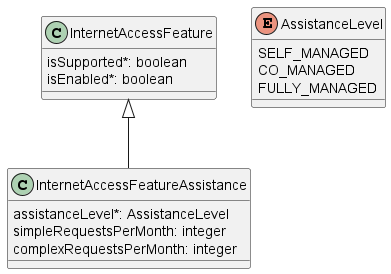
Earlier version of the PlantUML export documentation/productSchema/ip/internetAccess/MEF 139.1 resources/media/04Assistance.png (MEF-GIT/MEF-LSO-Sonata-SDK). The source it was exported from:
```plantuml
@startuml



class InternetAccessFeature {

    isSupported*: boolean
    isEnabled*: boolean
}


class InternetAccessFeatureAssistance {

    assistanceLevel*: AssistanceLevel
    simpleRequestsPerMonth: integer
    complexRequestsPerMonth: integer
}
InternetAccessFeature <|-- InternetAccessFeatureAssistance

enum AssistanceLevel {

    SELF_MANAGED
    CO_MANAGED
    FULLY_MANAGED
}


@enduml
```
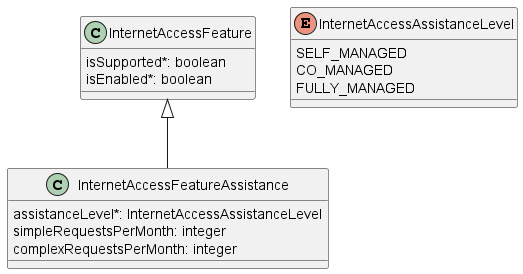
The same file after the commit.

Diff of the diagram source:
```diff
@@ -11,13 +11,13 @@
 
 class InternetAccessFeatureAssistance {
 
-    assistanceLevel*: AssistanceLevel
+    assistanceLevel*: InternetAccessAssistanceLevel
     simpleRequestsPerMonth: integer
     complexRequestsPerMonth: integer
 }
 InternetAccessFeature <|-- InternetAccessFeatureAssistance
 
-enum AssistanceLevel {
+enum InternetAccessAssistanceLevel {
 
     SELF_MANAGED
     CO_MANAGED
```
